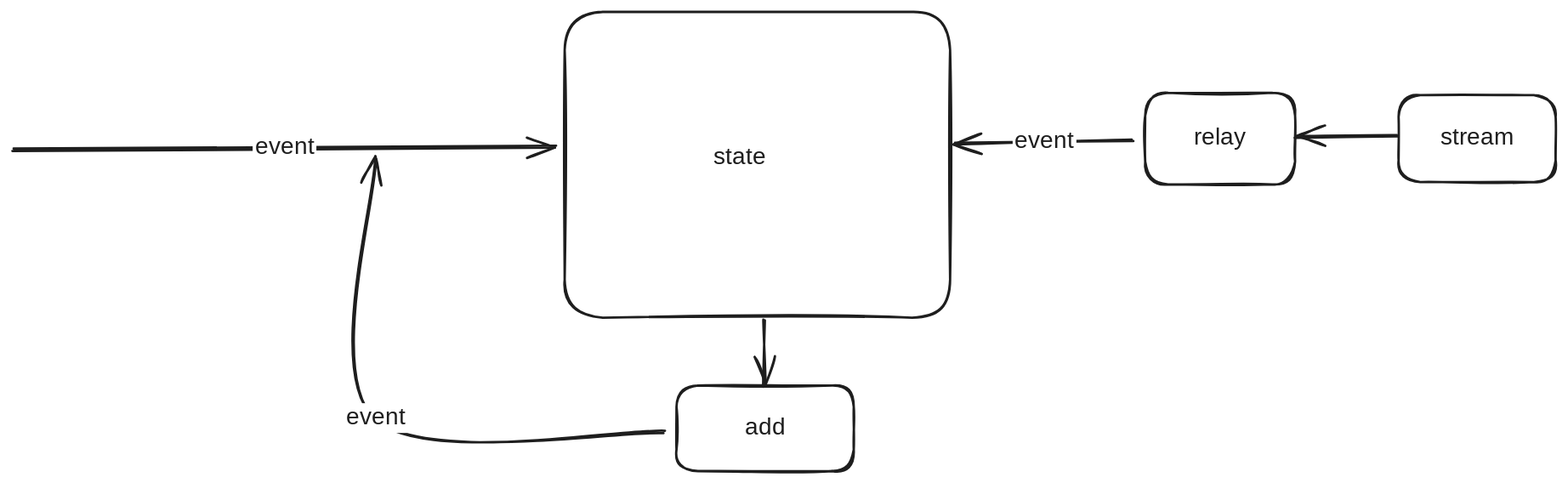
The Excalidraw diagram image/model.excalidraw.svg in BoxMeApp/cms, before a commit. Source tidied: one line per element, renumbered; positions are measured from the earlier drawing's top-left corner, leaving out a move shared by most shapes.
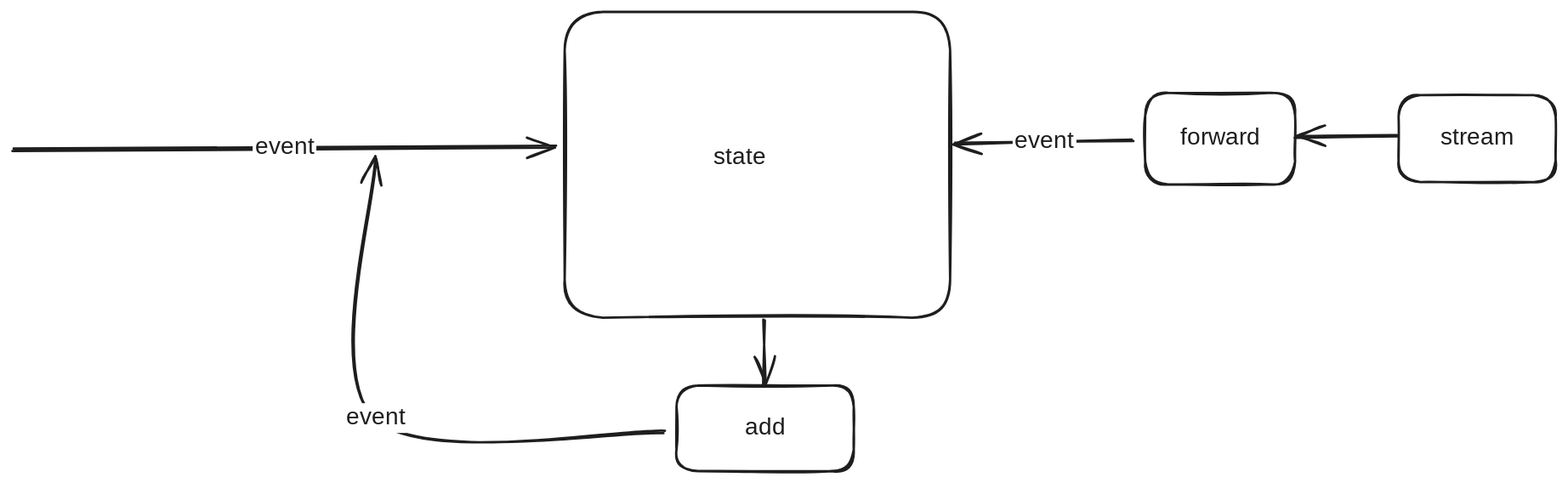
After the change.

Change to the diagram source:
```diff
@@ -1,6 +1,6 @@
 {"id": 0, "type": "rectangle", "strokeColor": "#1e1e1e", "strokeWidth": 2, "roughness": 1, "round": true, "x": 464, "y": 0, "width": 324, "height": 257}
 {"id": 1, "type": "rectangle", "strokeColor": "#1e1e1e", "strokeWidth": 2, "roughness": 1, "round": true, "x": 952, "y": 68, "width": 126, "height": 77}
-{"id": 2, "type": "text", "text": "relay", "strokeColor": "#1e1e1e", "strokeWidth": 2, "roughness": 1, "fontSize": 20, "fontFamily": 5, "textAlign": "center", "verticalAlign": "middle", "inside": 1, "x": 992, "y": 94, "width": 45, "height": 25}
+{"id": 2, "type": "text", "text": "forward", "strokeColor": "#1e1e1e", "strokeWidth": 2, "roughness": 1, "fontSize": 20, "fontFamily": 5, "textAlign": "center", "verticalAlign": "middle", "inside": 1, "x": 977, "y": 94, "width": 75, "height": 25}
 {"id": 3, "type": "arrow", "strokeColor": "#1e1e1e", "strokeWidth": 2, "roughness": 1, "endArrowhead": "arrow", "round": true, "from": 1, "to": 0, "x": 942, "y": 109, "width": 149, "height": 1, "points": [[0, 0], [-149, 1]]}
 {"id": 4, "type": "text", "text": "event", "strokeColor": "#1e1e1e", "strokeWidth": 2, "roughness": 1, "fontSize": 20, "fontFamily": 5, "textAlign": "center", "verticalAlign": "middle", "inside": 3, "x": 827, "y": 119, "width": 54, "height": 25}
 {"id": 5, "type": "text", "text": "state", "strokeColor": "#1e1e1e", "strokeWidth": 2, "roughness": 1, "fontSize": 20, "fontFamily": 5, "x": 589, "y": 110, "width": 55, "height": 25}
```
